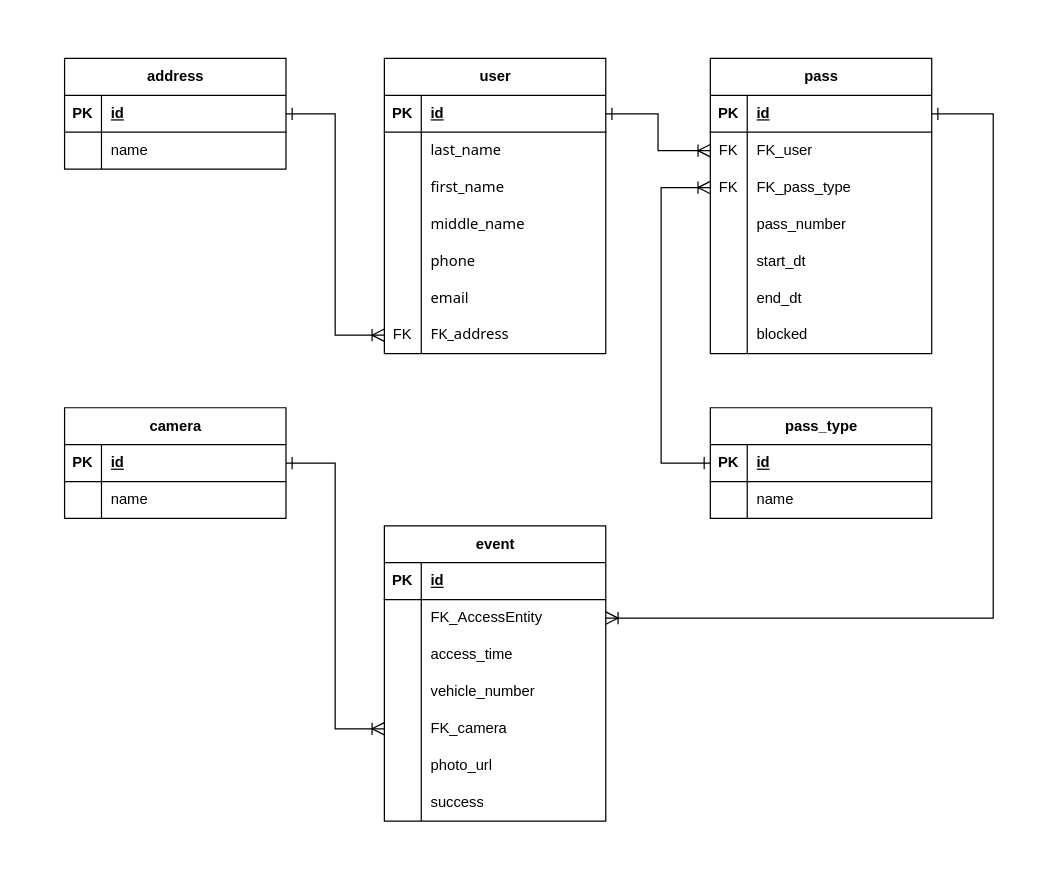
Earlier version of the draw.io diagram erd.drawio (Schukinsky/Smart-gate-db). Source tidied: cells renumbered, new cells numbered last; positions are measured from the earlier drawing's top-left corner, leaving out a move shared by most shapes. Both pictures are drawn from the tidied source at 123%, with x=0, y=0 at pixel (21, 21).
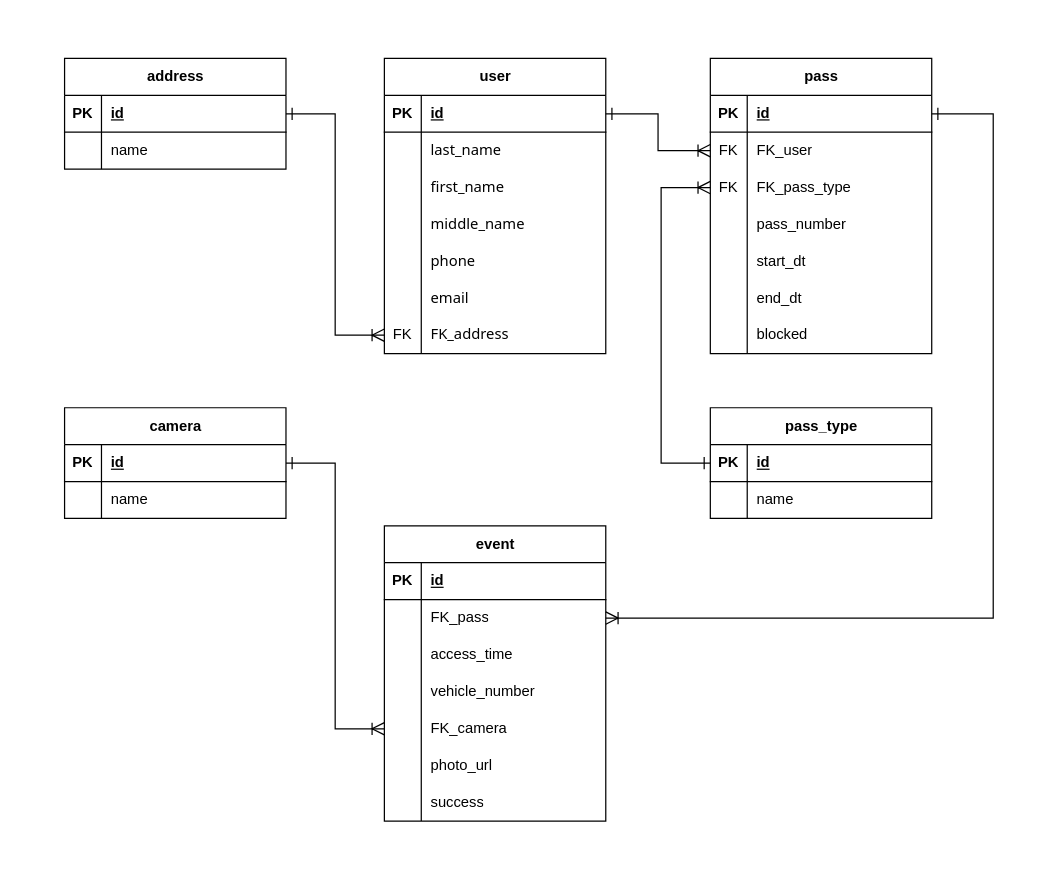
The same diagram, later.

The change refers to these unchanged cells:
```xml
<mxCell id="58" style="shape=tableRow;horizontal=0;startSize=0;swimlaneHead=0;swimlaneBody=0;fillColor=none;points=[[0,0.5],[1,0.5]];portConstraint=eastwest;top=0;left=0;right=0;bottom=0;labelBackgroundColor=none;fontColor=default;labelBorderColor=none;" parent="54" vertex="1">
  <mxGeometry y="60" width="180" height="30" as="geometry" />
</mxCell>
```

Change to the diagram source:
```diff
@@
-    <mxCell id="60" value="FK_&lt;span style=&quot;white-space-collapse: preserve;&quot;&gt;AccessEntity&lt;/span&gt;" style="shape=partialRectangle;fillColor=none;top=0;left=0;bottom=0;right=0;align=left;spacingLeft=6;overflow=hidden;whiteSpace=wrap;html=1;labelBackgroundColor=none;fontColor=default;labelBorderColor=none;" parent="58" vertex="1">
+    <mxCell id="60" value="FK_&lt;span style=&quot;white-space-collapse: preserve;&quot;&gt;pass&lt;/span&gt;" style="shape=partialRectangle;fillColor=none;top=0;left=0;bottom=0;right=0;align=left;spacingLeft=6;overflow=hidden;whiteSpace=wrap;html=1;labelBackgroundColor=none;fontColor=default;labelBorderColor=none;" parent="58" vertex="1">
       <mxGeometry x="30" width="150" height="30" as="geometry" />
     </mxCell>
```
